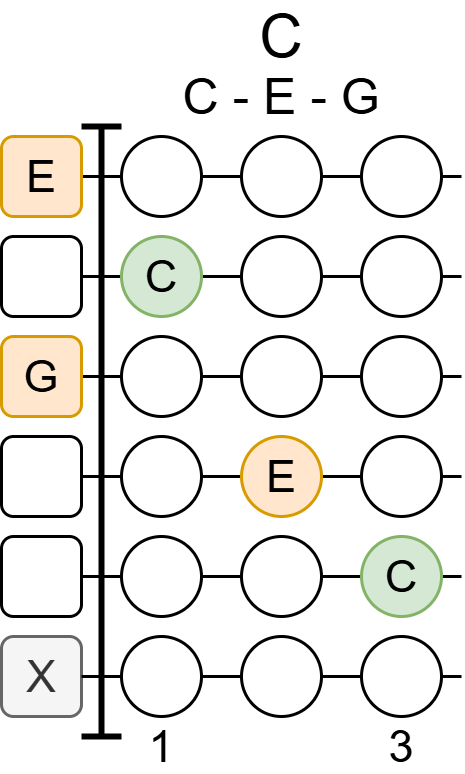
Earlier version of the draw.io export Images/OpenCChordChart.png (enzoevers/Guitar-Ukulele-method). Source tidied: cells renumbered, new cells last; positions are measured from the earlier drawing's top-left corner, leaving out a move shared by most shapes.
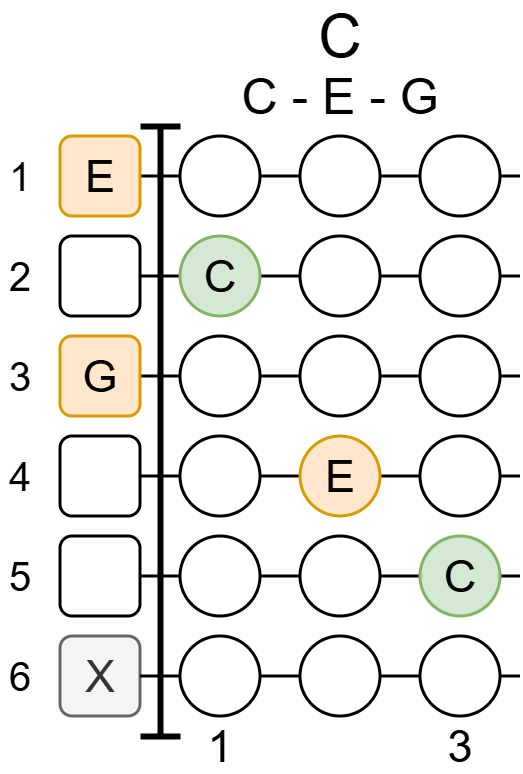
Later version of the same file.

What changed in the source:
```diff
@@ -122,5 +122,23 @@
     <mxCell id="37" value="1" style="text;html=1;align=center;verticalAlign=middle;whiteSpace=wrap;rounded=0;fontSize=45;" parent="1" vertex="1">
       <mxGeometry x="140" y="720" width="40" height="40" as="geometry" />
     </mxCell>
+    <mxCell id="38" value="&lt;font style=&quot;font-size: 40px;&quot;&gt;1&lt;/font&gt;" style="text;html=1;whiteSpace=wrap;strokeColor=none;fillColor=none;align=center;verticalAlign=middle;rounded=0;" parent="1" vertex="1">
+      <mxGeometry x="-60" y="150" width="40" height="40" as="geometry" />
+    </mxCell>
+    <mxCell id="39" value="&lt;span style=&quot;font-size: 40px;&quot;&gt;2&lt;/span&gt;" style="text;html=1;whiteSpace=wrap;strokeColor=none;fillColor=none;align=center;verticalAlign=middle;rounded=0;" parent="1" vertex="1">
+      <mxGeometry x="-60" y="250" width="40" height="40" as="geometry" />
+    </mxCell>
+    <mxCell id="40" value="&lt;font style=&quot;font-size: 40px;&quot;&gt;3&lt;/font&gt;" style="text;html=1;whiteSpace=wrap;strokeColor=none;fillColor=none;align=center;verticalAlign=middle;rounded=0;" parent="1" vertex="1">
+      <mxGeometry x="-60" y="350" width="40" height="40" as="geometry" />
+    </mxCell>
+    <mxCell id="41" value="&lt;font style=&quot;font-size: 40px;&quot;&gt;4&lt;/font&gt;" style="text;html=1;whiteSpace=wrap;strokeColor=none;fillColor=none;align=center;verticalAlign=middle;rounded=0;" parent="1" vertex="1">
+      <mxGeometry x="-60" y="450" width="40" height="40" as="geometry" />
+    </mxCell>
+    <mxCell id="42" value="&lt;font style=&quot;font-size: 40px;&quot;&gt;5&lt;/font&gt;" style="text;html=1;whiteSpace=wrap;strokeColor=none;fillColor=none;align=center;verticalAlign=middle;rounded=0;" parent="1" vertex="1">
+      <mxGeometry x="-60" y="550" width="40" height="40" as="geometry" />
+    </mxCell>
+    <mxCell id="43" value="&lt;font style=&quot;font-size: 40px;&quot;&gt;6&lt;/font&gt;" style="text;html=1;whiteSpace=wrap;strokeColor=none;fillColor=none;align=center;verticalAlign=middle;rounded=0;" parent="1" vertex="1">
+      <mxGeometry x="-60" y="650" width="40" height="40" as="geometry" />
+    </mxCell>
   </root>
 </mxGraphModel>
```
